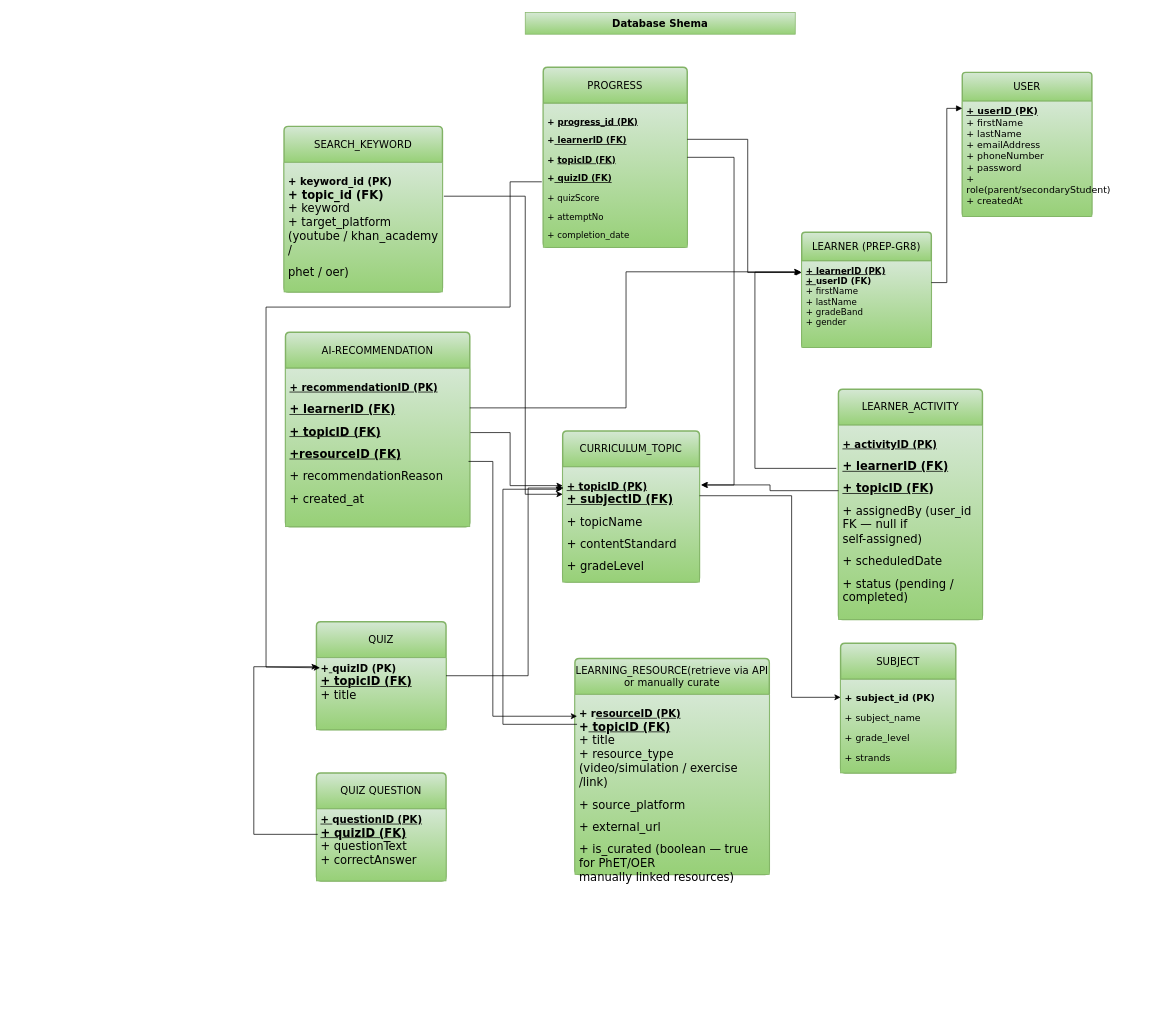
Earlier version of the draw.io diagram page "Database Shema" (6 of 8) of Use Case Diagram.drawio (Nash230/IS406-Final-Year-Major-Project). Source tidied: cells renumbered, new cells numbered last; positions are measured from the earlier drawing's top-left corner, leaving out a move shared by most shapes. Both pictures are drawn from the tidied source at 72%, with x=0, y=0 at pixel (253, 12).
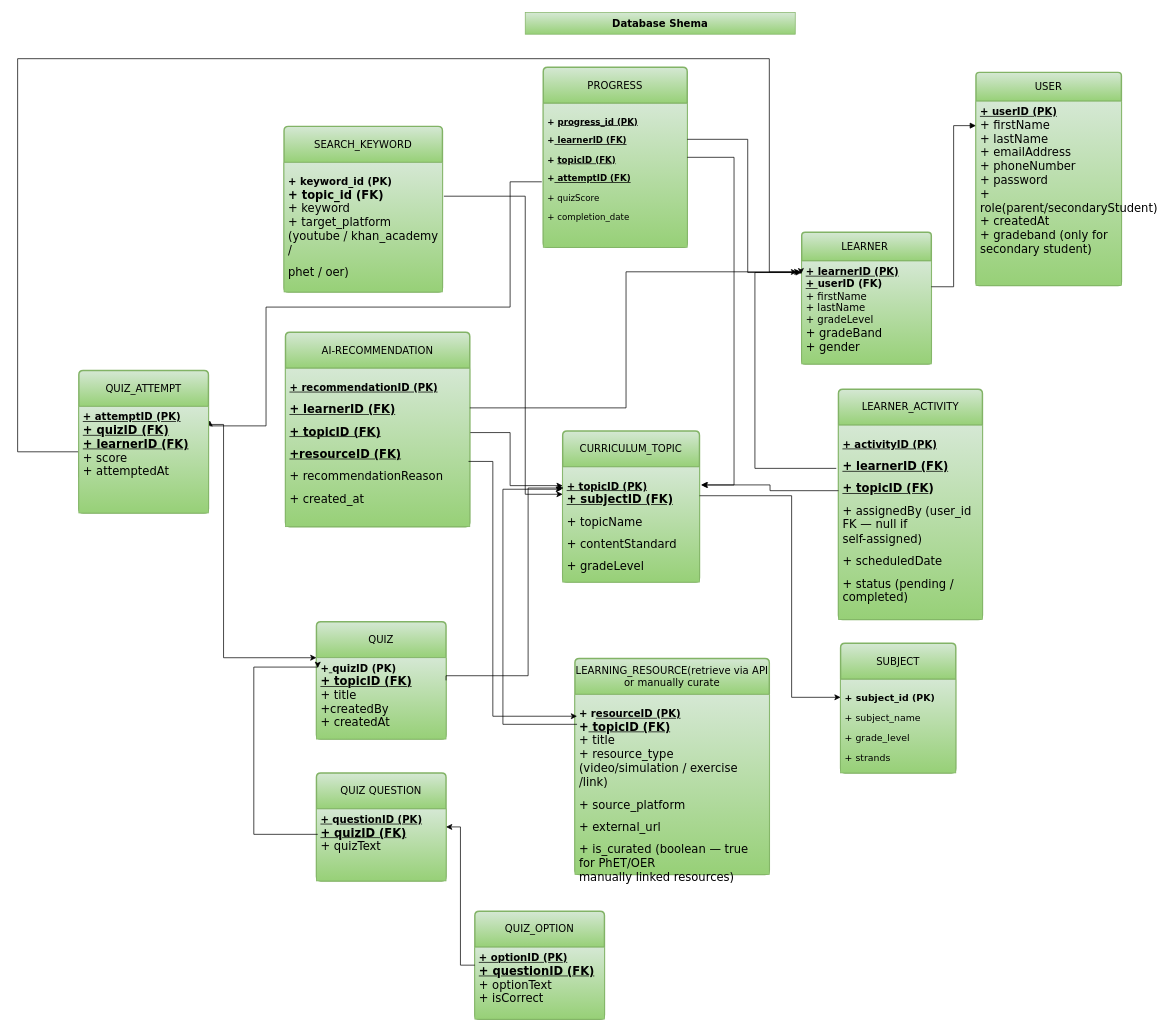
The same page after the edit.

The change refers to these unchanged cells:
```xml
<mxCell id="15" value="PROGRESS" style="swimlane;horizontal=1;startSize=50;rounded=1;fontSize=14;fontStyle=0;strokeWidth=2;shadow=0;dashed=0;align=center;arcSize=4;whiteSpace=wrap;html=1;fontFamily=Verdana;fillColor=#d5e8d4;gradientColor=#97d077;strokeColor=#82b366;" parent="1" vertex="1">
  <mxGeometry x="402" y="76" width="200" height="250" as="geometry" />
</mxCell>
<mxCell id="24" value="&lt;font face=&quot;Verdana&quot;&gt;QUIZ QUESTION&lt;/font&gt;" style="swimlane;horizontal=1;startSize=50;rounded=1;fontSize=14;fontStyle=0;strokeWidth=2;shadow=0;dashed=0;align=center;arcSize=4;whiteSpace=wrap;html=1;fillColor=#d5e8d4;gradientColor=#97d077;strokeColor=#82b366;" parent="1" vertex="1">
  <mxGeometry x="87" y="1056" width="180" height="150" as="geometry" />
</mxCell>
```

Diff of the diagram source:
```diff
@@
     <mxCell id="3" value="USER" style="swimlane;horizontal=1;startSize=40;rounded=1;fontSize=14;fontStyle=0;strokeWidth=2;shadow=0;dashed=0;align=center;arcSize=4;whiteSpace=wrap;html=1;fontFamily=Verdana;fillColor=#d5e8d4;gradientColor=#97d077;strokeColor=#82b366;" parent="1" vertex="1">
-      <mxGeometry x="984" y="83" width="180" height="200" as="geometry" />
+      <mxGeometry x="1003" y="83" width="202" height="296" as="geometry" />
     </mxCell>
-    <mxCell id="4" value="&lt;div&gt;&lt;font face=&quot;Verdana&quot; style=&quot;font-size: 13px;&quot;&gt;&lt;u&gt;&lt;b&gt;+ userID (PK)&lt;/b&gt;&lt;/u&gt;&lt;/font&gt;&lt;/div&gt;&lt;div&gt;&lt;font face=&quot;Verdana&quot; style=&quot;font-size: 13px;&quot;&gt;+ firstName&lt;/font&gt;&lt;/div&gt;&lt;div&gt;&lt;font face=&quot;Verdana&quot; style=&quot;font-size: 13px;&quot;&gt;+ lastName&lt;/font&gt;&lt;/div&gt;&lt;div&gt;&lt;font face=&quot;Verdana&quot; style=&quot;font-size: 13px;&quot;&gt;+ emailAddress&lt;/font&gt;&lt;/div&gt;&lt;div&gt;&lt;font face=&quot;Verdana&quot; style=&quot;font-size: 13px;&quot;&gt;+ phoneNumber&lt;/font&gt;&lt;/div&gt;&lt;div&gt;&lt;font face=&quot;Verdana&quot; style=&quot;font-size: 13px;&quot;&gt;+ password&lt;/font&gt;&lt;/div&gt;&lt;div&gt;&lt;font face=&quot;Verdana&quot; style=&quot;font-size: 13px;&quot;&gt;+ role(parent/secondaryStudent)&lt;/font&gt;&lt;/div&gt;&lt;font face=&quot;Verdana&quot; style=&quot;font-size: 13px;&quot;&gt;+ createdAt&lt;/font&gt;" style="align=left;strokeColor=#82b366;fillColor=#d5e8d4;spacingLeft=4;spacingRight=4;fontSize=12;verticalAlign=top;html=1;whiteSpace=wrap;gradientColor=#97d077;" parent="3" vertex="1">
-      <mxGeometry y="40" width="180" height="160" as="geometry" />
+    <mxCell id="4" value="&lt;div&gt;&lt;font face=&quot;Verdana&quot; style=&quot;font-size: 14px;&quot;&gt;&lt;u&gt;&lt;b&gt;+ userID (PK)&lt;/b&gt;&lt;/u&gt;&lt;/font&gt;&lt;/div&gt;&lt;div&gt;&lt;font face=&quot;Verdana&quot; size=&quot;3&quot;&gt;+ firstName&lt;/font&gt;&lt;/div&gt;&lt;div&gt;&lt;font face=&quot;Verdana&quot; size=&quot;3&quot;&gt;+ lastName&lt;/font&gt;&lt;/div&gt;&lt;div&gt;&lt;font face=&quot;Verdana&quot; size=&quot;3&quot;&gt;+ emailAddress&lt;/font&gt;&lt;/div&gt;&lt;div&gt;&lt;font face=&quot;Verdana&quot; size=&quot;3&quot;&gt;+ phoneNumber&lt;/font&gt;&lt;/div&gt;&lt;div&gt;&lt;font face=&quot;Verdana&quot; size=&quot;3&quot;&gt;+ password&lt;/font&gt;&lt;/div&gt;&lt;div&gt;&lt;font face=&quot;Verdana&quot; size=&quot;3&quot;&gt;+ role(parent/secondaryStudent)&lt;/font&gt;&lt;/div&gt;&lt;div&gt;&lt;font face=&quot;Verdana&quot; size=&quot;3&quot;&gt;+ createdAt&lt;/font&gt;&lt;/div&gt;&lt;div&gt;&lt;font face=&quot;Verdana&quot; size=&quot;3&quot;&gt;+ gradeband (only for secondary student)&lt;/font&gt;&lt;/div&gt;" style="align=left;strokeColor=#82b366;fillColor=#d5e8d4;spacingLeft=4;spacingRight=4;fontSize=12;verticalAlign=top;html=1;whiteSpace=wrap;gradientColor=#97d077;" parent="3" vertex="1">
+      <mxGeometry y="40" width="202" height="256" as="geometry" />
     </mxCell>
-    <mxCell id="5" value="LEARNER (PREP-GR8)" style="swimlane;horizontal=1;startSize=40;rounded=1;fontSize=14;fontStyle=0;strokeWidth=2;shadow=0;dashed=0;align=center;arcSize=4;whiteSpace=wrap;html=1;fontFamily=Verdana;fillColor=#d5e8d4;gradientColor=#97d077;strokeColor=#82b366;" parent="1" vertex="1">
-      <mxGeometry x="761" y="305" width="180" height="160" as="geometry" />
+    <mxCell id="5" value="LEARNER&amp;nbsp;" style="swimlane;horizontal=1;startSize=40;rounded=1;fontSize=14;fontStyle=0;strokeWidth=2;shadow=0;dashed=0;align=center;arcSize=4;whiteSpace=wrap;html=1;fontFamily=Verdana;fillColor=#d5e8d4;gradientColor=#97d077;strokeColor=#82b366;" parent="1" vertex="1">
+      <mxGeometry x="761" y="305" width="180" height="183" as="geometry" />
     </mxCell>
-    <mxCell id="6" value="&lt;div align=&quot;left&quot;&gt;&lt;font face=&quot;Verdana&quot;&gt;&lt;b&gt;&lt;u&gt;+ learnerID (PK)&lt;/u&gt;&lt;br&gt;&lt;u&gt;+ &lt;/u&gt;userID (FK)&lt;/b&gt;&lt;br&gt;+ firstName&lt;br&gt;+ lastName&lt;/font&gt;&lt;/div&gt;&lt;div align=&quot;left&quot;&gt;&lt;font face=&quot;Verdana&quot;&gt;+ gradeBand&lt;br&gt;+ gender&lt;/font&gt;&lt;/div&gt;" style="align=left;strokeColor=#82b366;fillColor=#d5e8d4;spacingLeft=4;spacingRight=4;fontSize=12;verticalAlign=top;html=1;whiteSpace=wrap;gradientColor=#97d077;" parent="5" vertex="1">
-      <mxGeometry y="40" width="180" height="120" as="geometry" />
+    <mxCell id="6" value="&lt;div align=&quot;left&quot;&gt;&lt;font face=&quot;Verdana&quot; style=&quot;font-size: 14px;&quot;&gt;&lt;b&gt;&lt;u&gt;+ learnerID (PK)&lt;/u&gt;&lt;br&gt;&lt;u&gt;+ &lt;/u&gt;userID (FK)&lt;/b&gt;&lt;br&gt;+ firstName&lt;br&gt;+ lastName&lt;/font&gt;&lt;/div&gt;&lt;div align=&quot;left&quot;&gt;&lt;font face=&quot;Verdana&quot; style=&quot;font-size: 14px;&quot;&gt;+ gradeLevel&lt;/font&gt;&lt;/div&gt;&lt;div align=&quot;left&quot;&gt;&lt;font face=&quot;Verdana&quot; size=&quot;3&quot;&gt;+ gradeBand&lt;br&gt;+ gender&lt;/font&gt;&lt;/div&gt;" style="align=left;strokeColor=#82b366;fillColor=#d5e8d4;spacingLeft=4;spacingRight=4;fontSize=12;verticalAlign=top;html=1;whiteSpace=wrap;gradientColor=#97d077;" parent="5" vertex="1">
+      <mxGeometry y="40" width="180" height="143" as="geometry" />
     </mxCell>
@@
-    <mxCell id="16" value="&lt;p class=&quot;MsoNormal&quot; style=&quot;margin-bottom:0in;margin-bottom:.0001pt;text-align:&amp;lt;br/&amp;gt;justify;text-justify:inter-ideograph&quot;&gt;&lt;b&gt;&lt;font face=&quot;Verdana&quot;&gt;&lt;span lang=&quot;EN-AU&quot; style=&quot;mso-ansi-language:&amp;lt;br/&amp;gt;EN-AU;mso-bidi-font-weight:bold&quot;&gt;+ &lt;u&gt;progress_id (PK)&lt;/u&gt;&lt;/span&gt;&lt;/font&gt;&lt;/b&gt;&lt;/p&gt;&lt;p class=&quot;MsoNormal&quot; style=&quot;margin-bottom:0in;margin-bottom:.0001pt;text-align:&amp;lt;br/&amp;gt;justify;text-justify:inter-ideograph&quot;&gt;&lt;b&gt;&lt;font face=&quot;Verdana&quot;&gt;&lt;span lang=&quot;EN-AU&quot; style=&quot;mso-ansi-language:&amp;lt;br/&amp;gt;EN-AU;mso-bidi-font-weight:bold&quot;&gt;+&lt;u&gt; learnerID&amp;nbsp;(FK)&lt;/u&gt;&lt;/span&gt;&lt;/font&gt;&lt;/b&gt;&lt;/p&gt;&lt;p class=&quot;MsoNormal&quot; style=&quot;margin-bottom:0in;margin-bottom:.0001pt;text-align:&amp;lt;br/&amp;gt;justify;text-justify:inter-ideograph&quot;&gt;&lt;b&gt;&lt;font face=&quot;Verdana&quot;&gt;&lt;span lang=&quot;EN-AU&quot; style=&quot;mso-ansi-language:&amp;lt;br/&amp;gt;EN-AU;mso-bidi-font-weight:bold&quot;&gt;+ &lt;u&gt;topicID (FK)&lt;/u&gt;&lt;/span&gt;&lt;/font&gt;&lt;/b&gt;&lt;/p&gt;&lt;p class=&quot;MsoNormal&quot; style=&quot;margin-bottom:0in;margin-bottom:.0001pt;text-align:&amp;lt;br/&amp;gt;justify;text-justify:inter-ideograph&quot;&gt;&lt;b&gt;&lt;font face=&quot;Verdana&quot;&gt;&lt;span lang=&quot;EN-AU&quot; style=&quot;mso-ansi-language:&amp;lt;br/&amp;gt;EN-AU;mso-bidi-font-weight:bold&quot;&gt;+&lt;u&gt; quizID (FK)&lt;/u&gt;&lt;/span&gt;&lt;/font&gt;&lt;/b&gt;&lt;/p&gt;&lt;p class=&quot;MsoNormal&quot; style=&quot;margin-bottom:0in;margin-bottom:.0001pt;text-align:&amp;lt;br/&amp;gt;justify;text-justify:inter-ideograph&quot;&gt;&lt;font face=&quot;Verdana&quot;&gt;&lt;span lang=&quot;EN-AU&quot; style=&quot;mso-ansi-language:&amp;lt;br/&amp;gt;EN-AU;mso-bidi-font-weight:bold&quot;&gt;+ quizScore&lt;/span&gt;&lt;/font&gt;&lt;/p&gt;&lt;p class=&quot;MsoNormal&quot; style=&quot;margin-bottom:0in;margin-bottom:.0001pt;text-align:&amp;lt;br/&amp;gt;justify;text-justify:inter-ideograph&quot;&gt;&lt;font face=&quot;Verdana&quot;&gt;&lt;span lang=&quot;EN-AU&quot; style=&quot;mso-ansi-language:&amp;lt;br/&amp;gt;EN-AU;mso-bidi-font-weight:bold&quot;&gt;+ attemptNo&lt;/span&gt;&lt;/font&gt;&lt;/p&gt;&lt;p class=&quot;MsoNormal&quot; style=&quot;margin-bottom:0in;margin-bottom:.0001pt;text-align:&amp;lt;br/&amp;gt;justify;text-justify:inter-ideograph&quot;&gt;&lt;font face=&quot;Verdana&quot;&gt;&lt;span lang=&quot;EN-AU&quot; style=&quot;mso-ansi-language:&amp;lt;br/&amp;gt;EN-AU;mso-bidi-font-weight:bold&quot;&gt;+ completion_date&lt;/span&gt;&lt;/font&gt;&lt;/p&gt;&lt;font face=&quot;Verdana&quot;&gt;&lt;br&gt;&lt;/font&gt;&lt;div&gt;&lt;font face=&quot;Verdana&quot;&gt;&lt;br&gt;&lt;/font&gt;&lt;/div&gt;" style="align=left;strokeColor=#82b366;fillColor=#d5e8d4;spacingLeft=4;spacingRight=4;fontSize=12;verticalAlign=top;html=1;whiteSpace=wrap;gradientColor=#97d077;" parent="15" vertex="1">
+    <mxCell id="16" value="&lt;p class=&quot;MsoNormal&quot; style=&quot;margin-bottom:0in;margin-bottom:.0001pt;text-align:&amp;lt;br/&amp;gt;justify;text-justify:inter-ideograph&quot;&gt;&lt;b&gt;&lt;font face=&quot;Verdana&quot;&gt;&lt;span lang=&quot;EN-AU&quot; style=&quot;mso-ansi-language:&amp;lt;br/&amp;gt;EN-AU;mso-bidi-font-weight:bold&quot;&gt;+ &lt;u&gt;progress_id (PK)&lt;/u&gt;&lt;/span&gt;&lt;/font&gt;&lt;/b&gt;&lt;/p&gt;&lt;p class=&quot;MsoNormal&quot; style=&quot;margin-bottom:0in;margin-bottom:.0001pt;text-align:&amp;lt;br/&amp;gt;justify;text-justify:inter-ideograph&quot;&gt;&lt;b&gt;&lt;font face=&quot;Verdana&quot;&gt;&lt;span lang=&quot;EN-AU&quot; style=&quot;mso-ansi-language:&amp;lt;br/&amp;gt;EN-AU;mso-bidi-font-weight:bold&quot;&gt;+&lt;u&gt; learnerID&amp;nbsp;(FK)&lt;/u&gt;&lt;/span&gt;&lt;/font&gt;&lt;/b&gt;&lt;/p&gt;&lt;p class=&quot;MsoNormal&quot; style=&quot;margin-bottom:0in;margin-bottom:.0001pt;text-align:&amp;lt;br/&amp;gt;justify;text-justify:inter-ideograph&quot;&gt;&lt;b&gt;&lt;font face=&quot;Verdana&quot;&gt;&lt;span lang=&quot;EN-AU&quot; style=&quot;mso-ansi-language:&amp;lt;br/&amp;gt;EN-AU;mso-bidi-font-weight:bold&quot;&gt;+ &lt;u&gt;topicID (FK)&lt;/u&gt;&lt;/span&gt;&lt;/font&gt;&lt;/b&gt;&lt;/p&gt;&lt;p class=&quot;MsoNormal&quot; style=&quot;margin-bottom:0in;margin-bottom:.0001pt;text-align:&amp;lt;br/&amp;gt;justify;text-justify:inter-ideograph&quot;&gt;&lt;b&gt;&lt;font face=&quot;Verdana&quot;&gt;&lt;span lang=&quot;EN-AU&quot; style=&quot;mso-ansi-language:&amp;lt;br/&amp;gt;EN-AU;mso-bidi-font-weight:bold&quot;&gt;+&lt;u&gt;&amp;nbsp;attemptID (FK)&lt;/u&gt;&lt;/span&gt;&lt;/font&gt;&lt;/b&gt;&lt;/p&gt;&lt;p class=&quot;MsoNormal&quot; style=&quot;margin-bottom:0in;margin-bottom:.0001pt;text-align:&amp;lt;br/&amp;gt;justify;text-justify:inter-ideograph&quot;&gt;&lt;font face=&quot;Verdana&quot;&gt;&lt;span lang=&quot;EN-AU&quot; style=&quot;mso-ansi-language:&amp;lt;br/&amp;gt;EN-AU;mso-bidi-font-weight:bold&quot;&gt;+ quizScore&lt;/span&gt;&lt;/font&gt;&lt;/p&gt;&lt;p class=&quot;MsoNormal&quot; style=&quot;margin-bottom:0in;margin-bottom:.0001pt;text-align:&amp;lt;br/&amp;gt;justify;text-justify:inter-ideograph&quot;&gt;&lt;font face=&quot;Verdana&quot;&gt;&lt;span lang=&quot;EN-AU&quot; style=&quot;mso-ansi-language:&amp;lt;br/&amp;gt;EN-AU;mso-bidi-font-weight:bold&quot;&gt;+ completion_date&lt;/span&gt;&lt;/font&gt;&lt;/p&gt;&lt;font face=&quot;Verdana&quot;&gt;&lt;br&gt;&lt;/font&gt;&lt;div&gt;&lt;font face=&quot;Verdana&quot;&gt;&lt;br&gt;&lt;/font&gt;&lt;/div&gt;" style="align=left;strokeColor=#82b366;fillColor=#d5e8d4;spacingLeft=4;spacingRight=4;fontSize=12;verticalAlign=top;html=1;whiteSpace=wrap;gradientColor=#97d077;" parent="15" vertex="1">
       <mxGeometry y="50" width="200" height="200" as="geometry" />
     </mxCell>
@@
     <mxCell id="22" value="&lt;font face=&quot;Verdana&quot;&gt;QUIZ&lt;/font&gt;" style="swimlane;horizontal=1;startSize=50;rounded=1;fontSize=14;fontStyle=0;strokeWidth=2;shadow=0;dashed=0;align=center;arcSize=4;whiteSpace=wrap;html=1;fillColor=#d5e8d4;gradientColor=#97d077;strokeColor=#82b366;" parent="1" vertex="1">
-      <mxGeometry x="87" y="846" width="180" height="150" as="geometry" />
+      <mxGeometry x="87" y="846" width="180" height="163" as="geometry" />
     </mxCell>
-    <mxCell id="23" value="&lt;div&gt;&lt;b&gt;&lt;font style=&quot;font-size: 14px;&quot; face=&quot;Verdana&quot;&gt;+&lt;u&gt; &lt;/u&gt;quizID (PK)&lt;/font&gt;&lt;/b&gt;&lt;/div&gt;&lt;div&gt;&lt;b&gt;&lt;u&gt;&lt;font size=&quot;3&quot; face=&quot;Verdana&quot;&gt;+ topicID (FK)&lt;/font&gt;&lt;/u&gt;&lt;/b&gt;&lt;/div&gt;&lt;div&gt;&lt;font size=&quot;3&quot; face=&quot;Verdana&quot;&gt;+ title&lt;/font&gt;&lt;/div&gt;" style="align=left;strokeColor=#82b366;fillColor=#d5e8d4;spacingLeft=4;spacingRight=4;fontSize=12;verticalAlign=top;html=1;whiteSpace=wrap;gradientColor=#97d077;" parent="22" vertex="1">
-      <mxGeometry y="50" width="180" height="100" as="geometry" />
+    <mxCell id="23" value="&lt;div&gt;&lt;b&gt;&lt;font style=&quot;font-size: 14px;&quot; face=&quot;Verdana&quot;&gt;+&lt;u&gt; &lt;/u&gt;quizID (PK)&lt;/font&gt;&lt;/b&gt;&lt;/div&gt;&lt;div&gt;&lt;b&gt;&lt;u&gt;&lt;font size=&quot;3&quot; face=&quot;Verdana&quot;&gt;+ topicID (FK)&lt;/font&gt;&lt;/u&gt;&lt;/b&gt;&lt;/div&gt;&lt;div&gt;&lt;font size=&quot;3&quot; face=&quot;Verdana&quot;&gt;+ title&lt;/font&gt;&lt;/div&gt;&lt;div&gt;&lt;font size=&quot;3&quot; face=&quot;Verdana&quot;&gt;+createdBy&lt;/font&gt;&lt;/div&gt;&lt;div&gt;&lt;font size=&quot;3&quot; face=&quot;Verdana&quot;&gt;+ createdAt&lt;/font&gt;&lt;/div&gt;" style="align=left;strokeColor=#82b366;fillColor=#d5e8d4;spacingLeft=4;spacingRight=4;fontSize=12;verticalAlign=top;html=1;whiteSpace=wrap;gradientColor=#97d077;" parent="22" vertex="1">
+      <mxGeometry y="50" width="180" height="113" as="geometry" />
     </mxCell>
@@
-    <mxCell id="25" value="&lt;div&gt;&lt;b&gt;&lt;u&gt;&lt;font face=&quot;Verdana&quot; style=&quot;font-size: 14px;&quot;&gt;+ &lt;/font&gt;&lt;/u&gt;&lt;font face=&quot;Verdana&quot; style=&quot;font-size: 14px;&quot;&gt;q&lt;u&gt;uestionID&amp;nbsp;(PK&lt;/u&gt;&lt;/font&gt;&lt;u&gt;&lt;font face=&quot;Verdana&quot; style=&quot;font-size: 14px;&quot;&gt;)&lt;/font&gt;&lt;/u&gt;&lt;/b&gt;&lt;/div&gt;&lt;div&gt;&lt;b&gt;&lt;u&gt;&lt;font face=&quot;Verdana&quot; size=&quot;3&quot;&gt;+ quizID (FK)&lt;/font&gt;&lt;/u&gt;&lt;/b&gt;&lt;/div&gt;&lt;div&gt;&lt;font face=&quot;Verdana&quot; size=&quot;3&quot;&gt;+ questionText&lt;/font&gt;&lt;/div&gt;&lt;div&gt;&lt;font face=&quot;Verdana&quot; size=&quot;3&quot;&gt;+ correctAnswer&lt;/font&gt;&lt;/div&gt;" style="align=left;strokeColor=#82b366;fillColor=#d5e8d4;spacingLeft=4;spacingRight=4;fontSize=12;verticalAlign=top;html=1;whiteSpace=wrap;gradientColor=#97d077;" parent="24" vertex="1">
+    <mxCell id="25" value="&lt;div&gt;&lt;b&gt;&lt;u&gt;&lt;font face=&quot;Verdana&quot; style=&quot;font-size: 14px;&quot;&gt;+ &lt;/font&gt;&lt;/u&gt;&lt;font face=&quot;Verdana&quot; style=&quot;font-size: 14px;&quot;&gt;q&lt;u&gt;uestionID&amp;nbsp;(PK&lt;/u&gt;&lt;/font&gt;&lt;u&gt;&lt;font face=&quot;Verdana&quot; style=&quot;font-size: 14px;&quot;&gt;)&lt;/font&gt;&lt;/u&gt;&lt;/b&gt;&lt;/div&gt;&lt;div&gt;&lt;b&gt;&lt;u&gt;&lt;font face=&quot;Verdana&quot; size=&quot;3&quot;&gt;+ quizID (FK)&lt;/font&gt;&lt;/u&gt;&lt;/b&gt;&lt;/div&gt;&lt;div&gt;&lt;font face=&quot;Verdana&quot; size=&quot;3&quot;&gt;+ quizText&lt;/font&gt;&lt;/div&gt;&lt;div&gt;&lt;br&gt;&lt;/div&gt;" style="align=left;strokeColor=#82b366;fillColor=#d5e8d4;spacingLeft=4;spacingRight=4;fontSize=12;verticalAlign=top;html=1;whiteSpace=wrap;gradientColor=#97d077;" parent="24" vertex="1">
       <mxGeometry y="50" width="180" height="100" as="geometry" />
     </mxCell>
@@
-    <mxCell id="34" style="endArrow=classic;html=1;rounded=0;edgeStyle=orthogonalEdgeStyle;" parent="1" edge="1">
+    <mxCell id="34" style="endArrow=classic;html=1;rounded=0;edgeStyle=orthogonalEdgeStyle;entryX=1.01;entryY=0.13;entryDx=0;entryDy=0;entryPerimeter=0;" parent="1" edge="1" target="43">
       <mxGeometry relative="1" as="geometry">
         <mxPoint x="400" y="235" as="sourcePoint" />
-        <mxPoint x="92" y="910" as="targetPoint" />
         <Array as="points">
           <mxPoint x="356" y="235" />
           <mxPoint x="356" y="409" />
           <mxPoint x="17" y="409" />
-          <mxPoint x="17" y="909" />
+          <mxPoint x="17" y="574" />
+          <mxPoint x="-61" y="574" />
         </Array>
       </mxGeometry>
     </mxCell>
@@
+    <mxCell id="40" style="edgeStyle=orthogonalEdgeStyle;rounded=0;jettySize=auto;html=1;" parent="1" edge="1" source="42" target="23">
+      <mxGeometry relative="1" as="geometry">
+        <Array as="points">
+          <mxPoint x="-42" y="572" />
+          <mxPoint x="-42" y="896" />
+        </Array>
+      </mxGeometry>
+    </mxCell>
+    <mxCell id="41" style="edgeStyle=orthogonalEdgeStyle;rounded=0;jettySize=auto;html=1;exitX=0;exitY=0.75;exitDx=0;exitDy=0;" parent="1" edge="1" source="42">
+      <mxGeometry relative="1" as="geometry">
+        <mxPoint x="754.6" y="360.2" as="targetPoint" />
+        <Array as="points">
+          <mxPoint x="-328" y="610" />
+          <mxPoint x="-328" y="64" />
+          <mxPoint x="716" y="64" />
+          <mxPoint x="716" y="360" />
+        </Array>
+      </mxGeometry>
+    </mxCell>
+    <mxCell id="42" value="&lt;font face=&quot;Verdana&quot;&gt;QUIZ_ATTEMPT&lt;/font&gt;" style="swimlane;horizontal=1;startSize=50;rounded=1;fontSize=14;fontStyle=0;strokeWidth=2;shadow=0;dashed=0;align=center;arcSize=4;whiteSpace=wrap;html=1;fillColor=#d5e8d4;gradientColor=#97d077;strokeColor=#82b366;" parent="1" vertex="1">
+      <mxGeometry x="-243" y="497" width="180" height="198" as="geometry" />
+    </mxCell>
+    <mxCell id="43" value="&lt;div&gt;&lt;font style=&quot;font-size: 14px;&quot;&gt;&lt;b&gt;&lt;u&gt;&lt;font face=&quot;Verdana&quot;&gt;+ attempt&lt;/font&gt;&lt;/u&gt;&lt;font face=&quot;Verdana&quot;&gt;&lt;u&gt;ID&amp;nbsp;(PK&lt;/u&gt;&lt;/font&gt;&lt;u&gt;&lt;font face=&quot;Verdana&quot;&gt;)&lt;/font&gt;&lt;/u&gt;&lt;/b&gt;&lt;/font&gt;&lt;/div&gt;&lt;div&gt;&lt;font size=&quot;3&quot;&gt;&lt;b&gt;&lt;u&gt;&lt;font face=&quot;Verdana&quot;&gt;+ quizID (FK)&lt;/font&gt;&lt;/u&gt;&lt;/b&gt;&lt;/font&gt;&lt;/div&gt;&lt;div&gt;&lt;font size=&quot;3&quot;&gt;&lt;b&gt;&lt;u&gt;&lt;font face=&quot;Verdana&quot;&gt;+ learnerID (FK)&lt;/font&gt;&lt;/u&gt;&lt;/b&gt;&lt;/font&gt;&lt;/div&gt;&lt;div&gt;&lt;font face=&quot;Verdana&quot; size=&quot;3&quot;&gt;+ score&lt;/font&gt;&lt;/div&gt;&lt;div&gt;&lt;font face=&quot;Verdana&quot; size=&quot;3&quot;&gt;+ attemptedAt&lt;/font&gt;&lt;/div&gt;" style="align=left;strokeColor=#82b366;fillColor=#d5e8d4;spacingLeft=4;spacingRight=4;fontSize=12;verticalAlign=top;html=1;whiteSpace=wrap;gradientColor=#97d077;" parent="42" vertex="1">
+      <mxGeometry y="50" width="180" height="148" as="geometry" />
+    </mxCell>
+    <mxCell id="44" value="&lt;font face=&quot;Verdana&quot;&gt;QUIZ_OPTION&lt;/font&gt;" style="swimlane;horizontal=1;startSize=50;rounded=1;fontSize=14;fontStyle=0;strokeWidth=2;shadow=0;dashed=0;align=center;arcSize=4;whiteSpace=wrap;html=1;fillColor=#d5e8d4;gradientColor=#97d077;strokeColor=#82b366;" parent="1" vertex="1">
+      <mxGeometry x="307" y="1248" width="180" height="150" as="geometry" />
+    </mxCell>
+    <mxCell id="45" value="&lt;div&gt;&lt;b&gt;&lt;u&gt;&lt;font face=&quot;Verdana&quot; style=&quot;font-size: 14px;&quot;&gt;+ option&lt;/font&gt;&lt;/u&gt;&lt;font face=&quot;Verdana&quot; style=&quot;font-size: 14px;&quot;&gt;&lt;u&gt;ID&amp;nbsp;(PK&lt;/u&gt;&lt;/font&gt;&lt;u&gt;&lt;font face=&quot;Verdana&quot; style=&quot;font-size: 14px;&quot;&gt;)&lt;/font&gt;&lt;/u&gt;&lt;/b&gt;&lt;/div&gt;&lt;div&gt;&lt;b&gt;&lt;u&gt;&lt;font face=&quot;Verdana&quot; size=&quot;3&quot;&gt;+ questionID (FK)&lt;/font&gt;&lt;/u&gt;&lt;/b&gt;&lt;/div&gt;&lt;div&gt;&lt;font face=&quot;Verdana&quot; size=&quot;3&quot;&gt;+ optionText&lt;/font&gt;&lt;/div&gt;&lt;div&gt;&lt;font face=&quot;Verdana&quot; size=&quot;3&quot;&gt;+ isCorrect&lt;/font&gt;&lt;/div&gt;" style="align=left;strokeColor=#82b366;fillColor=#d5e8d4;spacingLeft=4;spacingRight=4;fontSize=12;verticalAlign=top;html=1;whiteSpace=wrap;gradientColor=#97d077;" parent="44" vertex="1">
+      <mxGeometry y="50" width="180" height="100" as="geometry" />
+    </mxCell>
+    <mxCell id="46" style="endArrow=classic;html=1;rounded=0;exitX=0;exitY=0.25;exitDx=0;exitDy=0;entryX=1;entryY=0.5;entryDx=0;entryDy=0;edgeStyle=orthogonalEdgeStyle;" parent="1" edge="1" source="45" target="24">
+      <mxGeometry relative="1" as="geometry" />
+    </mxCell>
```
